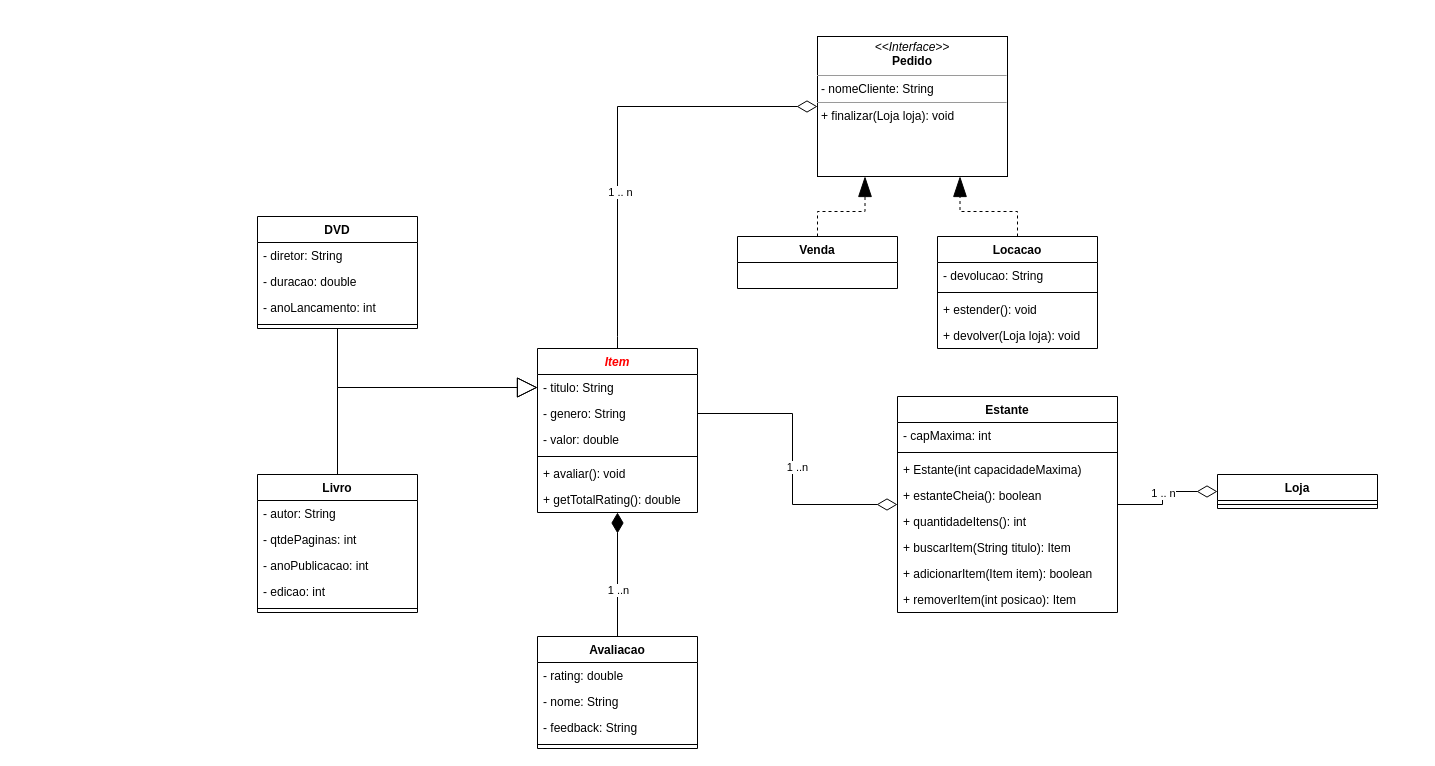
hannaBanannaOF/entra21-git-inicio keeps this draw.io diagram as page "Livraria" (3 of 9) of diagramas.drawio. Above is the earlier version. Source tidied: cells renumbered, new cells numbered last; positions are measured from the earlier drawing's top-left corner, leaving out a move shared by most shapes. Both pictures are drawn from the tidied source at 100%, with x=0, y=0 at pixel (257, 36).
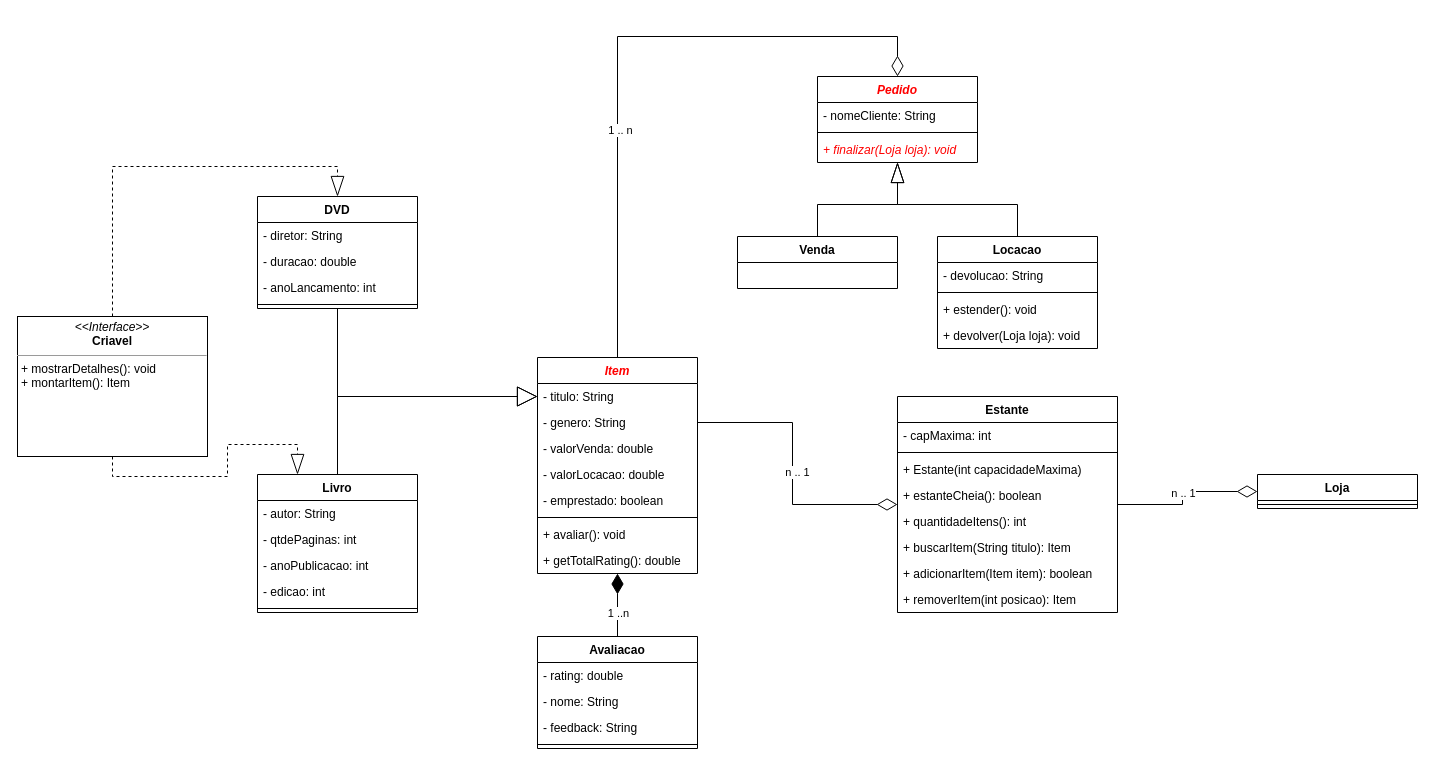
The same page after the edit.

The change refers to these unchanged cells:
```xml
<mxCell id="2" style="edgeStyle=orthogonalEdgeStyle;rounded=0;jettySize=auto;html=1;exitX=1;exitY=0.5;exitDx=0;exitDy=0;entryX=0;entryY=0.5;entryDx=0;entryDy=0;endArrow=diamondThin;endFill=0;endSize=18;" parent="1" edge="1" source="4" target="40">
  <mxGeometry relative="1" as="geometry" />
</mxCell>
<mxCell id="13" style="edgeStyle=orthogonalEdgeStyle;rounded=0;jettySize=auto;html=1;entryX=0;entryY=0.5;entryDx=0;entryDy=0;endArrow=diamondThin;endFill=0;endSize=18;exitX=1;exitY=0.5;exitDx=0;exitDy=0;" parent="1" edge="1" source="44" target="4">
  <mxGeometry relative="1" as="geometry" />
</mxCell>
<mxCell id="18" value="Livro" style="swimlane;fontStyle=1;align=center;verticalAlign=top;horizontal=1;startSize=26;" parent="1" vertex="1">
  <mxGeometry y="438" width="160" height="138" as="geometry" />
</mxCell>
<mxCell id="32" value="Venda" style="swimlane;fontStyle=1;align=center;verticalAlign=top;horizontal=1;startSize=26;" parent="1" vertex="1">
  <mxGeometry x="480" y="200" width="160" height="52" as="geometry" />
</mxCell>
<mxCell id="34" value="Locacao" style="swimlane;fontStyle=1;align=center;verticalAlign=top;horizontal=1;startSize=26;" parent="1" vertex="1">
  <mxGeometry x="680" y="200" width="160" height="112" as="geometry" />
</mxCell>
```

What changed in the source:
```diff
@@
-    <mxCell id="3" value="1 .. n" style="edgeLabel;html=1;align=center;verticalAlign=middle;" parent="2" vertex="1">
+    <mxCell id="3" value="n .. 1" style="edgeLabel;html=1;align=center;verticalAlign=middle;" parent="2" vertex="1">
       <mxGeometry x="0.01" relative="1" as="geometry" />
     </mxCell>
@@
-    <mxCell id="14" value="1 ..n" style="edgeLabel;html=1;align=center;verticalAlign=middle;" parent="13" vertex="1">
+    <mxCell id="14" value="n .. 1" style="edgeLabel;html=1;align=center;verticalAlign=middle;" parent="13" vertex="1">
       <mxGeometry x="0.02" y="4" relative="1" as="geometry" />
     </mxCell>
-    <mxCell id="15" style="edgeStyle=orthogonalEdgeStyle;rounded=0;jettySize=auto;html=1;endArrow=diamondThin;endFill=0;endSize=18;entryX=0;entryY=0.5;entryDx=0;entryDy=0;exitX=0.5;exitY=0;exitDx=0;exitDy=0;" parent="1" edge="1" source="42" target="39">
+    <mxCell id="15" style="edgeStyle=orthogonalEdgeStyle;rounded=0;jettySize=auto;html=1;endArrow=diamondThin;endFill=0;endSize=18;exitX=0.5;exitY=0;exitDx=0;exitDy=0;entryX=0.5;entryY=0;entryDx=0;entryDy=0;" parent="1" edge="1" source="42" target="60">
       <mxGeometry relative="1" as="geometry">
         <Array as="points">
-          <mxPoint x="360" y="300" />
-          <mxPoint x="360" y="70" />
+          <mxPoint x="360" />
+          <mxPoint x="640" />
         </Array>
       </mxGeometry>
     </mxCell>
@@
-    <mxCell id="31" style="edgeStyle=orthogonalEdgeStyle;rounded=0;jettySize=auto;html=1;exitX=0.5;exitY=0;exitDx=0;exitDy=0;entryX=0.25;entryY=1;entryDx=0;entryDy=0;endArrow=blockThin;endFill=1;endSize=18;dashed=1;" parent="1" edge="1" source="32" target="39">
+    <mxCell id="31" style="edgeStyle=orthogonalEdgeStyle;rounded=0;jettySize=auto;html=1;exitX=0.5;exitY=0;exitDx=0;exitDy=0;endArrow=blockThin;endFill=0;endSize=18;" parent="1" edge="1" source="32" target="60">
       <mxGeometry relative="1" as="geometry" />
     </mxCell>
@@
-    <mxCell id="33" style="edgeStyle=orthogonalEdgeStyle;rounded=0;jettySize=auto;html=1;exitX=0.5;exitY=0;exitDx=0;exitDy=0;entryX=0.75;entryY=1;entryDx=0;entryDy=0;endArrow=blockThin;endFill=1;endSize=18;dashed=1;" parent="1" edge="1" source="34" target="39">
+    <mxCell id="33" style="edgeStyle=orthogonalEdgeStyle;rounded=0;jettySize=auto;html=1;exitX=0.5;exitY=0;exitDx=0;exitDy=0;endArrow=blockThin;endFill=0;endSize=18;" parent="1" edge="1" source="34" target="60">
       <mxGeometry relative="1" as="geometry" />
     </mxCell>
@@
-    <mxCell id="39" value="&lt;p style=&quot;margin:0px;margin-top:4px;text-align:center;&quot;&gt;&lt;i&gt;&amp;lt;&amp;lt;Interface&amp;gt;&amp;gt;&lt;/i&gt;&lt;br&gt;&lt;b&gt;Pedido&lt;/b&gt;&lt;/p&gt;&lt;hr size=&quot;1&quot;&gt;&lt;p style=&quot;margin:0px;margin-left:4px;&quot;&gt;- nomeCliente: String&lt;/p&gt;&lt;hr size=&quot;1&quot;&gt;&lt;p style=&quot;margin:0px;margin-left:4px;&quot;&gt;+ finalizar(Loja loja): void&lt;br&gt;&lt;/p&gt;" style="verticalAlign=top;align=left;overflow=fill;fontSize=12;fontFamily=Helvetica;html=1;" parent="1" vertex="1">
-      <mxGeometry x="560" width="190" height="140" as="geometry" />
-    </mxCell>
     <mxCell id="40" value="Loja" style="swimlane;fontStyle=1;align=center;verticalAlign=top;horizontal=1;startSize=26;" parent="1" vertex="1">
-      <mxGeometry x="960" y="438" width="160" height="34" as="geometry" />
+      <mxGeometry x="1000" y="438" width="160" height="34" as="geometry" />
     </mxCell>
@@
     <mxCell id="42" value="Item" style="swimlane;fontStyle=3;align=center;verticalAlign=top;horizontal=1;startSize=26;fontColor=#FF0000;" parent="1" vertex="1">
-      <mxGeometry x="280" y="312" width="160" height="164" as="geometry" />
+      <mxGeometry x="280" y="321" width="160" height="216" as="geometry" />
     </mxCell>
@@
+    <mxCell id="55" value="- valorVenda: double" style="text;strokeColor=none;fillColor=none;align=left;verticalAlign=top;spacingLeft=4;spacingRight=4;overflow=hidden;" parent="42" vertex="1">
+      <mxGeometry y="78" width="160" height="26" as="geometry" />
+    </mxCell>
-    <mxCell id="45" value="- valor: double" style="text;strokeColor=none;fillColor=none;align=left;verticalAlign=top;spacingLeft=4;spacingRight=4;overflow=hidden;" parent="42" vertex="1">
-      <mxGeometry y="78" width="160" height="26" as="geometry" />
+    <mxCell id="45" value="- valorLocacao: double" style="text;strokeColor=none;fillColor=none;align=left;verticalAlign=top;spacingLeft=4;spacingRight=4;overflow=hidden;" parent="42" vertex="1">
+      <mxGeometry y="104" width="160" height="26" as="geometry" />
     </mxCell>
+    <mxCell id="56" value="- emprestado: boolean" style="text;strokeColor=none;fillColor=none;align=left;verticalAlign=top;spacingLeft=4;spacingRight=4;overflow=hidden;" parent="42" vertex="1">
+      <mxGeometry y="130" width="160" height="26" as="geometry" />
+    </mxCell>
     <mxCell id="46" style="line;strokeWidth=1;fillColor=none;align=left;verticalAlign=middle;spacingTop=-1;spacingLeft=3;spacingRight=3;labelPosition=right;" parent="42" vertex="1">
-      <mxGeometry y="104" width="160" height="8" as="geometry" />
+      <mxGeometry y="156" width="160" height="8" as="geometry" />
     </mxCell>
     <mxCell id="47" value="+ avaliar(): void" style="text;strokeColor=none;fillColor=none;align=left;verticalAlign=top;spacingLeft=4;spacingRight=4;overflow=hidden;" parent="42" vertex="1">
-      <mxGeometry y="112" width="160" height="26" as="geometry" />
+      <mxGeometry y="164" width="160" height="26" as="geometry" />
     </mxCell>
     <mxCell id="48" value="+ getTotalRating(): double" style="text;strokeColor=none;fillColor=none;align=left;verticalAlign=top;spacingLeft=4;spacingRight=4;overflow=hidden;" parent="42" vertex="1">
-      <mxGeometry y="138" width="160" height="26" as="geometry" />
+      <mxGeometry y="190" width="160" height="26" as="geometry" />
     </mxCell>
@@
     <mxCell id="50" value="DVD" style="swimlane;fontStyle=1;align=center;verticalAlign=top;horizontal=1;startSize=26;" parent="1" vertex="1">
-      <mxGeometry y="180" width="160" height="112" as="geometry" />
+      <mxGeometry y="160" width="160" height="112" as="geometry" />
     </mxCell>
@@
+    <mxCell id="57" style="edgeStyle=orthogonalEdgeStyle;rounded=0;jettySize=auto;html=1;exitX=0.5;exitY=0;exitDx=0;exitDy=0;endArrow=blockThin;endFill=0;startArrow=none;startFill=0;dashed=1;endSize=18;entryX=0.5;entryY=0;entryDx=0;entryDy=0;" parent="1" edge="1" source="59" target="50">
+      <mxGeometry relative="1" as="geometry" />
+    </mxCell>
+    <mxCell id="58" style="edgeStyle=orthogonalEdgeStyle;rounded=0;jettySize=auto;html=1;exitX=0.5;exitY=1;exitDx=0;exitDy=0;dashed=1;startArrow=none;startFill=0;endArrow=blockThin;endFill=0;endSize=18;entryX=0.25;entryY=0;entryDx=0;entryDy=0;" parent="1" edge="1" source="59" target="18">
+      <mxGeometry relative="1" as="geometry" />
+    </mxCell>
+    <mxCell id="59" value="&lt;p style=&quot;margin:0px;margin-top:4px;text-align:center;&quot;&gt;&lt;i&gt;&amp;lt;&amp;lt;Interface&amp;gt;&amp;gt;&lt;/i&gt;&lt;br&gt;&lt;b&gt;Criavel&lt;/b&gt;&lt;/p&gt;&lt;hr size=&quot;1&quot;&gt;&lt;p style=&quot;margin:0px;margin-left:4px;&quot;&gt;+ mostrarDetalhes(): void&lt;br&gt;&lt;/p&gt;&lt;p style=&quot;margin:0px;margin-left:4px;&quot;&gt;+ montarItem(): Item&lt;/p&gt;" style="verticalAlign=top;align=left;overflow=fill;fontSize=12;fontFamily=Helvetica;html=1;" parent="1" vertex="1">
+      <mxGeometry x="-240" y="280" width="190" height="140" as="geometry" />
+    </mxCell>
+    <mxCell id="60" value="Pedido" style="swimlane;fontStyle=3;align=center;verticalAlign=top;horizontal=1;startSize=26;fontColor=#FF0000;" parent="1" vertex="1">
+      <mxGeometry x="560" y="40" width="160" height="86" as="geometry" />
+    </mxCell>
+    <mxCell id="61" value="- nomeCliente: String" style="text;strokeColor=none;fillColor=none;align=left;verticalAlign=top;spacingLeft=4;spacingRight=4;overflow=hidden;" parent="60" vertex="1">
+      <mxGeometry y="26" width="160" height="26" as="geometry" />
+    </mxCell>
+    <mxCell id="62" style="line;strokeWidth=1;fillColor=none;align=left;verticalAlign=middle;spacingTop=-1;spacingLeft=3;spacingRight=3;labelPosition=right;" parent="60" vertex="1">
+      <mxGeometry y="52" width="160" height="8" as="geometry" />
+    </mxCell>
+    <mxCell id="63" value="+ finalizar(Loja loja): void" style="text;strokeColor=none;fillColor=none;align=left;verticalAlign=top;spacingLeft=4;spacingRight=4;overflow=hidden;fontStyle=2;fontColor=#FF0000;" parent="60" vertex="1">
+      <mxGeometry y="60" width="160" height="26" as="geometry" />
+    </mxCell>
```
